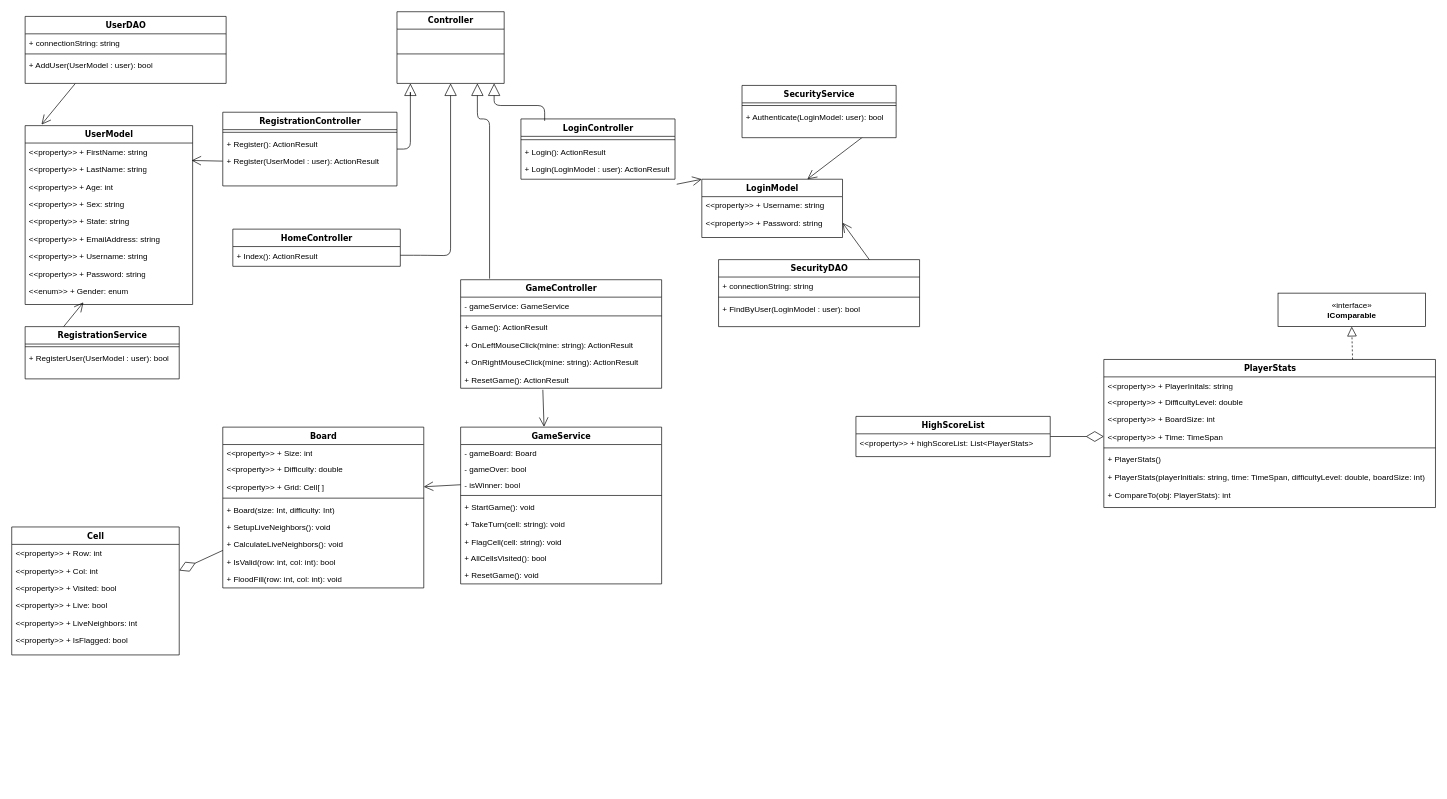
This is Planning and Design/Class Diagram/ClassDiagram.drawio from darthxvaderxd/CST-247-Project, a draw.io file, before an edit. Source tidied: cells renumbered, new cells numbered last; positions are measured from the earlier drawing's top-left corner, leaving out a move shared by most shapes. Both pictures are drawn from the tidied source at 67%, with x=0, y=0 at pixel (11, 11).
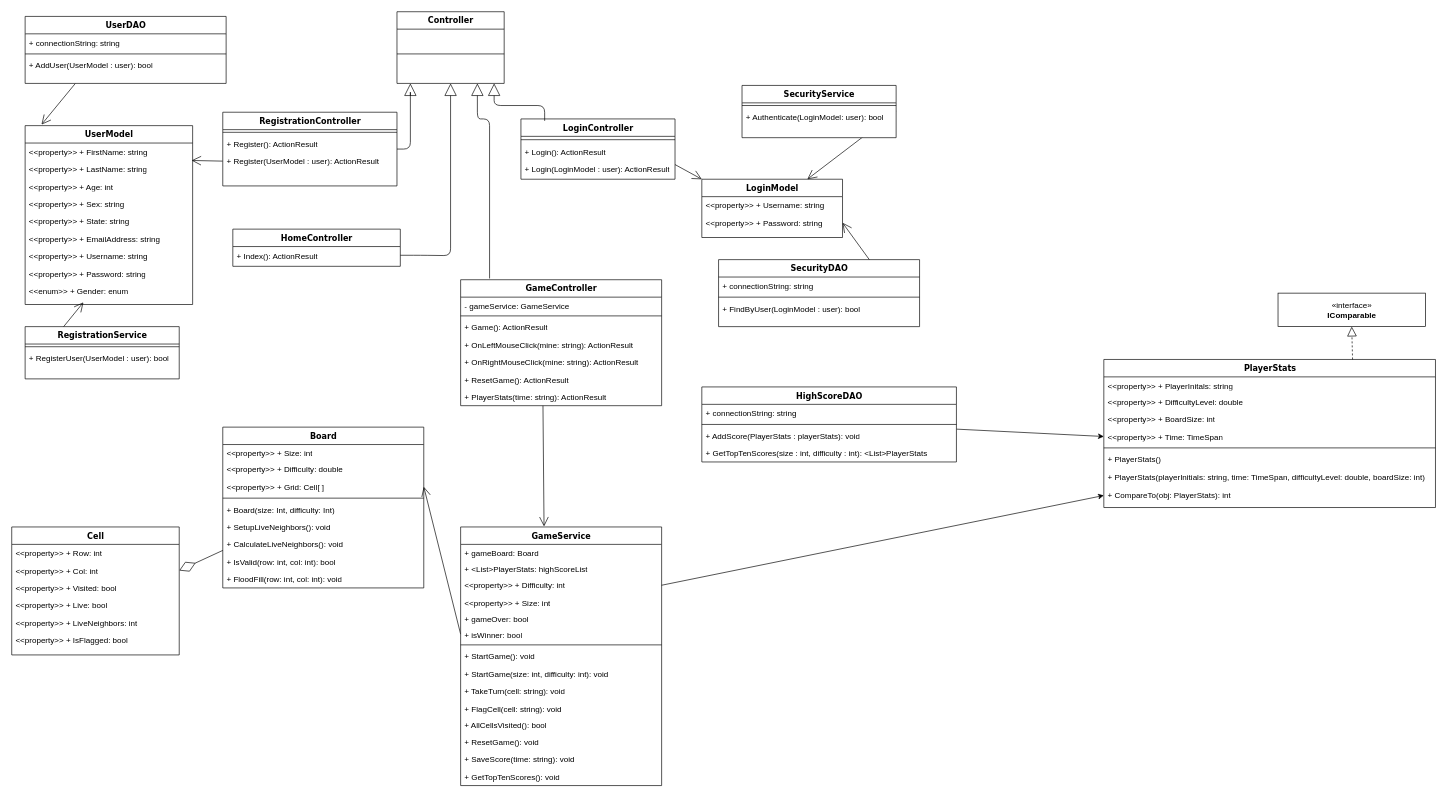
The same page after the edit.

The change refers to these unchanged cells:
```xml
<mxCell id="16" value="LoginModel" style="swimlane;html=1;fontStyle=1;align=center;verticalAlign=top;horizontal=1;startSize=26;swimlaneFillColor=#ffffff;rounded=0;shadow=0;comic=0;labelBackgroundColor=none;strokeWidth=1;fillColor=none;fontFamily=Verdana;fontSize=12;" parent="1" vertex="1">
  <mxGeometry x="1030" y="250" width="210" height="87" as="geometry" />
</mxCell>
<mxCell id="33" value="&amp;lt;&amp;lt;property&amp;gt;&amp;gt; + Time: TimeSpan" style="text;html=1;strokeColor=none;fillColor=none;align=left;verticalAlign=top;spacingLeft=4;spacingRight=4;whiteSpace=wrap;overflow=hidden;points=[[0,0.5],[1,0.5]];portConstraint=eastwest;" parent="29" vertex="1">
  <mxGeometry y="102" width="495" height="26" as="geometry" />
</mxCell>
<mxCell id="37" value="+ CompareTo(obj: PlayerStats): int&lt;br&gt;" style="text;html=1;strokeColor=none;fillColor=none;align=left;verticalAlign=top;spacingLeft=4;spacingRight=4;whiteSpace=wrap;overflow=hidden;points=[[0,0.5],[1,0.5]];portConstraint=eastwest;" parent="29" vertex="1">
  <mxGeometry y="190" width="495" height="26" as="geometry" />
</mxCell>
<mxCell id="50" value="+ Login(LoginModel : user): ActionResult" style="text;html=1;strokeColor=none;fillColor=none;align=left;verticalAlign=top;spacingLeft=4;spacingRight=4;whiteSpace=wrap;overflow=hidden;points=[[0,0.5],[1,0.5]];portConstraint=eastwest;" parent="47" vertex="1">
  <mxGeometry y="62" width="230" height="26" as="geometry" />
</mxCell>
```

What changed in the source:
```diff
@@
-    <mxCell id="22" style="endArrow=open;endFill=1;endSize=12;html=1;entryX=0;entryY=0;entryDx=0;entryDy=0;exitX=1.011;exitY=1.365;exitDx=0;exitDy=0;exitPerimeter=0;" parent="1" edge="1" source="50" target="16">
+    <mxCell id="22" style="endArrow=open;endFill=1;endSize=12;html=1;entryX=0;entryY=0;entryDx=0;entryDy=0;exitX=0.987;exitY=0.173;exitDx=0;exitDy=0;exitPerimeter=0;" parent="1" edge="1" source="50" target="16">
       <mxGeometry relative="1" as="geometry" />
     </mxCell>
@@
-    <mxCell id="27" style="endArrow=diamondThin;endFill=0;endSize=24;html=1;exitX=1;exitY=0.5;exitDx=0;exitDy=0;entryX=0;entryY=0.5;entryDx=0;entryDy=0;" parent="1" edge="1" source="38" target="33">
-      <mxGeometry relative="1" as="geometry" />
-    </mxCell>
@@
-    <mxCell id="38" value="HighScoreList" style="swimlane;html=1;fontStyle=1;align=center;verticalAlign=top;horizontal=1;startSize=26;swimlaneFillColor=#ffffff;rounded=0;shadow=0;comic=0;labelBackgroundColor=none;strokeWidth=1;fillColor=none;fontFamily=Verdana;fontSize=12;" parent="1" vertex="1">
-      <mxGeometry x="1260" y="604" width="290" height="60" as="geometry" />
-    </mxCell>
-    <mxCell id="39" value="&amp;lt;&amp;lt;property&amp;gt;&amp;gt; + highScoreList: List&amp;lt;PlayerStats&amp;gt;" style="text;html=1;strokeColor=none;fillColor=none;align=left;verticalAlign=top;spacingLeft=4;spacingRight=4;whiteSpace=wrap;overflow=hidden;" parent="38" vertex="1">
-      <mxGeometry y="26" width="290" height="26" as="geometry" />
-    </mxCell>
@@
-    <mxCell id="59" value="GameService" style="swimlane;html=1;fontStyle=1;align=center;verticalAlign=top;horizontal=1;startSize=26;swimlaneFillColor=#ffffff;rounded=0;shadow=0;comic=0;labelBackgroundColor=none;strokeWidth=1;fillColor=none;fontFamily=Verdana;fontSize=12;" parent="1" vertex="1">
-      <mxGeometry x="670" y="620" width="300" height="234" as="geometry" />
-    </mxCell>
-    <mxCell id="60" value="- gameBoard: Board" style="text;html=1;strokeColor=none;fillColor=none;align=left;verticalAlign=top;spacingLeft=4;spacingRight=4;whiteSpace=wrap;overflow=hidden;" parent="59" vertex="1">
-      <mxGeometry y="26" width="300" height="24" as="geometry" />
-    </mxCell>
-    <mxCell id="61" value="- gameOver: bool" style="text;html=1;strokeColor=none;fillColor=none;align=left;verticalAlign=top;spacingLeft=4;spacingRight=4;whiteSpace=wrap;overflow=hidden;" parent="59" vertex="1">
-      <mxGeometry y="50" width="300" height="24" as="geometry" />
-    </mxCell>
-    <mxCell id="62" value="- isWinner: bool" style="text;html=1;strokeColor=none;fillColor=none;align=left;verticalAlign=top;spacingLeft=4;spacingRight=4;whiteSpace=wrap;overflow=hidden;points=[[0,0.5],[1,0.5]];portConstraint=eastwest;" parent="59" vertex="1">
-      <mxGeometry y="74" width="300" height="24" as="geometry" />
-    </mxCell>
-    <mxCell id="63" style="line;html=1;strokeWidth=1;fillColor=none;align=left;verticalAlign=middle;spacingTop=-1;spacingLeft=3;spacingRight=3;labelPosition=right;" parent="59" vertex="1">
-      <mxGeometry y="98" width="300" height="8" as="geometry" />
-    </mxCell>
-    <mxCell id="64" value="+ StartGame(): void" style="text;html=1;strokeColor=none;fillColor=none;align=left;verticalAlign=top;spacingLeft=4;spacingRight=4;whiteSpace=wrap;overflow=hidden;" parent="59" vertex="1">
-      <mxGeometry y="106" width="300" height="26" as="geometry" />
-    </mxCell>
-    <mxCell id="65" value="+ TakeTurn(cell: string): void&lt;br&gt;" style="text;html=1;strokeColor=none;fillColor=none;align=left;verticalAlign=top;spacingLeft=4;spacingRight=4;whiteSpace=wrap;overflow=hidden;" parent="59" vertex="1">
-      <mxGeometry y="132" width="300" height="26" as="geometry" />
-    </mxCell>
-    <mxCell id="66" value="+ FlagCell(cell: string): void&lt;br&gt;" style="text;html=1;strokeColor=none;fillColor=none;align=left;verticalAlign=top;spacingLeft=4;spacingRight=4;whiteSpace=wrap;overflow=hidden;" parent="59" vertex="1">
-      <mxGeometry y="158" width="300" height="24" as="geometry" />
-    </mxCell>
-    <mxCell id="67" value="+ AllCellsVisited(): bool&lt;br&gt;&lt;br&gt;" style="text;html=1;strokeColor=none;fillColor=none;align=left;verticalAlign=top;spacingLeft=4;spacingRight=4;whiteSpace=wrap;overflow=hidden;" parent="59" vertex="1">
-      <mxGeometry y="182" width="300" height="26" as="geometry" />
-    </mxCell>
-    <mxCell id="68" value="+ ResetGame(): void&lt;br&gt;&lt;br&gt;" style="text;html=1;strokeColor=none;fillColor=none;align=left;verticalAlign=top;spacingLeft=4;spacingRight=4;whiteSpace=wrap;overflow=hidden;" parent="59" vertex="1">
-      <mxGeometry y="208" width="300" height="26" as="geometry" />
-    </mxCell>
@@
     <mxCell id="91" value="GameController" style="swimlane;html=1;fontStyle=1;align=center;verticalAlign=top;horizontal=1;startSize=26;swimlaneFillColor=#ffffff;rounded=0;shadow=0;comic=0;labelBackgroundColor=none;strokeWidth=1;fillColor=none;fontFamily=Verdana;fontSize=12;" parent="1" vertex="1">
-      <mxGeometry x="670" y="400" width="300" height="162" as="geometry" />
+      <mxGeometry x="670" y="400" width="300" height="188" as="geometry" />
     </mxCell>
@@
+    <mxCell id="102" value="+ PlayerStats(time: string): ActionResult&lt;br&gt;&lt;br&gt;" style="text;html=1;strokeColor=none;fillColor=none;align=left;verticalAlign=top;spacingLeft=4;spacingRight=4;whiteSpace=wrap;overflow=hidden;" parent="91" vertex="1">
+      <mxGeometry y="162" width="300" height="26" as="geometry" />
+    </mxCell>
@@
+    <mxCell id="59" value="GameService" style="swimlane;html=1;fontStyle=1;align=center;verticalAlign=top;horizontal=1;startSize=26;swimlaneFillColor=#ffffff;rounded=0;shadow=0;comic=0;labelBackgroundColor=none;strokeWidth=1;fillColor=none;fontFamily=Verdana;fontSize=12;" parent="1" vertex="1">
+      <mxGeometry x="670" y="769" width="300" height="386" as="geometry" />
+    </mxCell>
+    <mxCell id="60" value="+ gameBoard: Board" style="text;html=1;strokeColor=none;fillColor=none;align=left;verticalAlign=top;spacingLeft=4;spacingRight=4;whiteSpace=wrap;overflow=hidden;" parent="59" vertex="1">
+      <mxGeometry y="26" width="300" height="24" as="geometry" />
+    </mxCell>
+    <mxCell id="103" value="+ &amp;lt;List&amp;gt;PlayerStats: highScoreList" style="text;html=1;strokeColor=none;fillColor=none;align=left;verticalAlign=top;spacingLeft=4;spacingRight=4;whiteSpace=wrap;overflow=hidden;" parent="59" vertex="1">
+      <mxGeometry y="50" width="300" height="24" as="geometry" />
+    </mxCell>
+    <mxCell id="104" value="&amp;lt;&amp;lt;property&amp;gt;&amp;gt; + Difficulty: int" style="text;html=1;strokeColor=none;fillColor=none;align=left;verticalAlign=top;spacingLeft=4;spacingRight=4;whiteSpace=wrap;overflow=hidden;points=[[0,0.5],[1,0.5]];portConstraint=eastwest;" parent="59" vertex="1">
+      <mxGeometry y="74" width="300" height="26" as="geometry" />
+    </mxCell>
+    <mxCell id="105" value="&amp;lt;&amp;lt;property&amp;gt;&amp;gt; + Size: int" style="text;html=1;strokeColor=none;fillColor=none;align=left;verticalAlign=top;spacingLeft=4;spacingRight=4;whiteSpace=wrap;overflow=hidden;" parent="59" vertex="1">
+      <mxGeometry y="100" width="300" height="24" as="geometry" />
+    </mxCell>
+    <mxCell id="61" value="+ gameOver: bool" style="text;html=1;strokeColor=none;fillColor=none;align=left;verticalAlign=top;spacingLeft=4;spacingRight=4;whiteSpace=wrap;overflow=hidden;" parent="59" vertex="1">
+      <mxGeometry y="124" width="300" height="24" as="geometry" />
+    </mxCell>
+    <mxCell id="62" value="+ isWinner: bool" style="text;html=1;strokeColor=none;fillColor=none;align=left;verticalAlign=top;spacingLeft=4;spacingRight=4;whiteSpace=wrap;overflow=hidden;points=[[0,0.5],[1,0.5]];portConstraint=eastwest;" parent="59" vertex="1">
+      <mxGeometry y="148" width="300" height="24" as="geometry" />
+    </mxCell>
+    <mxCell id="63" style="line;html=1;strokeWidth=1;fillColor=none;align=left;verticalAlign=middle;spacingTop=-1;spacingLeft=3;spacingRight=3;labelPosition=right;" parent="59" vertex="1">
+      <mxGeometry y="172" width="300" height="8" as="geometry" />
+    </mxCell>
+    <mxCell id="64" value="+ StartGame(): void" style="text;html=1;strokeColor=none;fillColor=none;align=left;verticalAlign=top;spacingLeft=4;spacingRight=4;whiteSpace=wrap;overflow=hidden;" parent="59" vertex="1">
+      <mxGeometry y="180" width="300" height="26" as="geometry" />
+    </mxCell>
+    <mxCell id="106" value="+ StartGame(size: int, difficulty: int): void" style="text;html=1;strokeColor=none;fillColor=none;align=left;verticalAlign=top;spacingLeft=4;spacingRight=4;whiteSpace=wrap;overflow=hidden;" parent="59" vertex="1">
+      <mxGeometry y="206" width="300" height="26" as="geometry" />
+    </mxCell>
+    <mxCell id="65" value="+ TakeTurn(cell: string): void&lt;br&gt;" style="text;html=1;strokeColor=none;fillColor=none;align=left;verticalAlign=top;spacingLeft=4;spacingRight=4;whiteSpace=wrap;overflow=hidden;" parent="59" vertex="1">
+      <mxGeometry y="232" width="300" height="26" as="geometry" />
+    </mxCell>
+    <mxCell id="66" value="+ FlagCell(cell: string): void&lt;br&gt;" style="text;html=1;strokeColor=none;fillColor=none;align=left;verticalAlign=top;spacingLeft=4;spacingRight=4;whiteSpace=wrap;overflow=hidden;" parent="59" vertex="1">
+      <mxGeometry y="258" width="300" height="24" as="geometry" />
+    </mxCell>
+    <mxCell id="67" value="+ AllCellsVisited(): bool&lt;br&gt;&lt;br&gt;" style="text;html=1;strokeColor=none;fillColor=none;align=left;verticalAlign=top;spacingLeft=4;spacingRight=4;whiteSpace=wrap;overflow=hidden;" parent="59" vertex="1">
+      <mxGeometry y="282" width="300" height="26" as="geometry" />
+    </mxCell>
+    <mxCell id="68" value="+ ResetGame(): void&lt;br&gt;&lt;br&gt;" style="text;html=1;strokeColor=none;fillColor=none;align=left;verticalAlign=top;spacingLeft=4;spacingRight=4;whiteSpace=wrap;overflow=hidden;" parent="59" vertex="1">
+      <mxGeometry y="308" width="300" height="26" as="geometry" />
+    </mxCell>
+    <mxCell id="107" value="+ SaveScore(time: string): void&lt;br&gt;&lt;br&gt;" style="text;html=1;strokeColor=none;fillColor=none;align=left;verticalAlign=top;spacingLeft=4;spacingRight=4;whiteSpace=wrap;overflow=hidden;" parent="59" vertex="1">
+      <mxGeometry y="334" width="300" height="26" as="geometry" />
+    </mxCell>
+    <mxCell id="108" value="+ GetTopTenScores(): void&lt;br&gt;&lt;br&gt;" style="text;html=1;strokeColor=none;fillColor=none;align=left;verticalAlign=top;spacingLeft=4;spacingRight=4;whiteSpace=wrap;overflow=hidden;" parent="59" vertex="1">
+      <mxGeometry y="360" width="300" height="26" as="geometry" />
+    </mxCell>
+    <mxCell id="109" style="endArrow=classic;html=1;entryX=0;entryY=0.5;entryDx=0;entryDy=0;exitX=1;exitY=0.115;exitDx=0;exitDy=0;exitPerimeter=0;" parent="1" edge="1" source="113" target="33">
+      <mxGeometry relative="1" as="geometry" />
+    </mxCell>
+    <mxCell id="110" value="HighScoreDAO" style="swimlane;html=1;fontStyle=1;align=center;verticalAlign=top;horizontal=1;startSize=26;swimlaneFillColor=#ffffff;rounded=0;shadow=0;comic=0;labelBackgroundColor=none;strokeWidth=1;fillColor=none;fontFamily=Verdana;fontSize=12;" parent="1" vertex="1">
+      <mxGeometry x="1030" y="560" width="380" height="112" as="geometry" />
+    </mxCell>
+    <mxCell id="111" value="+ connectionString: string" style="text;html=1;strokeColor=none;fillColor=none;align=left;verticalAlign=top;spacingLeft=4;spacingRight=4;whiteSpace=wrap;overflow=hidden;" parent="110" vertex="1">
+      <mxGeometry y="26" width="380" height="26" as="geometry" />
+    </mxCell>
+    <mxCell id="112" style="line;html=1;strokeWidth=1;fillColor=none;align=left;verticalAlign=middle;spacingTop=-1;spacingLeft=3;spacingRight=3;labelPosition=right;" parent="110" vertex="1">
+      <mxGeometry y="52" width="380" height="8" as="geometry" />
+    </mxCell>
+    <mxCell id="113" value="+ AddScore(PlayerStats : playerStats): void" style="text;html=1;strokeColor=none;fillColor=none;align=left;verticalAlign=top;spacingLeft=4;spacingRight=4;whiteSpace=wrap;overflow=hidden;points=[[0,0.5],[1,0.5]];portConstraint=eastwest;" parent="110" vertex="1">
+      <mxGeometry y="60" width="380" height="26" as="geometry" />
+    </mxCell>
+    <mxCell id="114" value="+ GetTopTenScores(size : int, difficulty : int): &amp;lt;List&amp;gt;PlayerStats" style="text;html=1;strokeColor=none;fillColor=none;align=left;verticalAlign=top;spacingLeft=4;spacingRight=4;whiteSpace=wrap;overflow=hidden;" parent="110" vertex="1">
+      <mxGeometry y="86" width="380" height="26" as="geometry" />
+    </mxCell>
+    <mxCell id="115" style="endArrow=classic;html=1;entryX=0;entryY=0.5;entryDx=0;entryDy=0;exitX=1;exitY=0.5;exitDx=0;exitDy=0;" parent="1" edge="1" source="104" target="37">
+      <mxGeometry relative="1" as="geometry" />
+    </mxCell>
```
